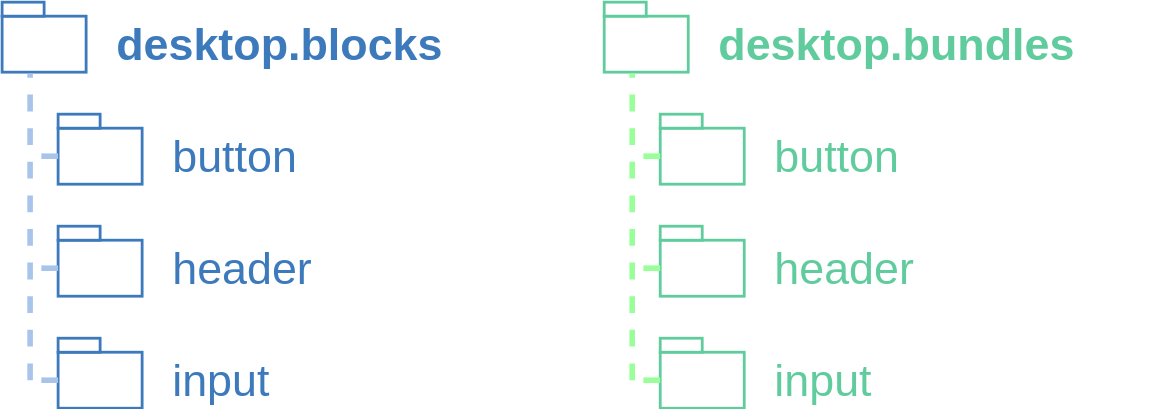
dima117/direct-infr keeps this draw.io diagram as pictures/bundles.svg. Above is the earlier version. Source tidied: cells renumbered, new cells last; positions are measured from the earlier drawing's top-left corner, leaving out a move shared by most shapes.
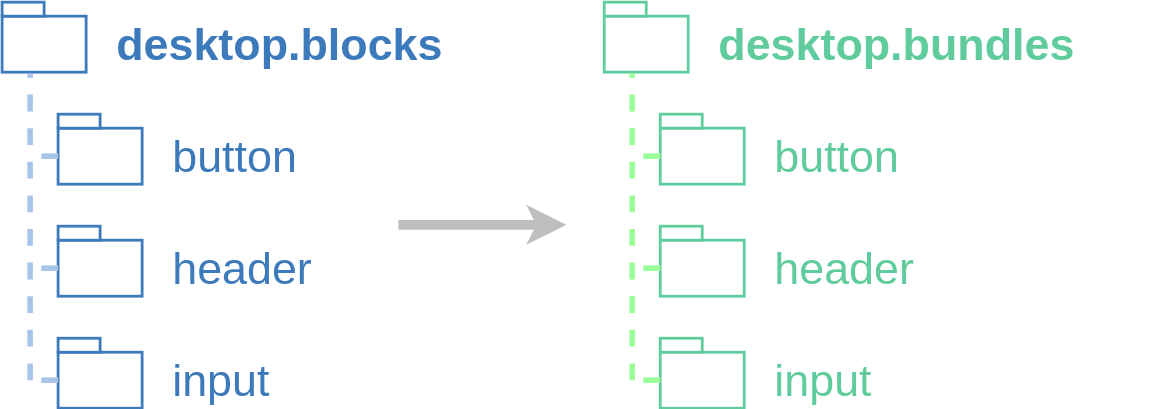
Later version of the same file.

What changed in the source:
```diff
@@ -142,5 +142,11 @@
         <mxPoint x="450" y="110" as="targetPoint" />
       </mxGeometry>
     </mxCell>
+    <mxCell id="42" style="endArrow=classic;html=1;strokeColor=#BFBFBF;strokeWidth=7;fontFamily=Helvetica;fontSize=32;fontColor=#60CC9E;align=left;rounded=0;" parent="1" edge="1">
+      <mxGeometry relative="1" as="geometry">
+        <mxPoint x="283" y="159" as="sourcePoint" />
+        <mxPoint x="403" y="159" as="targetPoint" />
+      </mxGeometry>
+    </mxCell>
   </root>
 </mxGraphModel>
```
